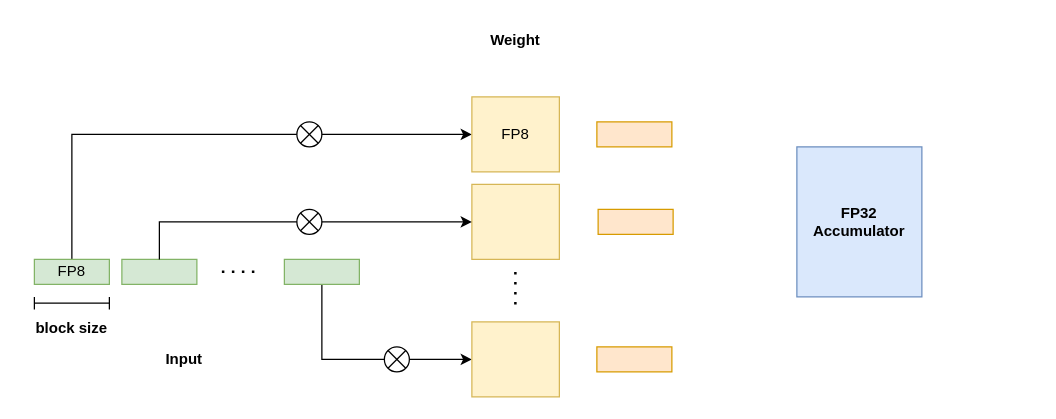
Before: assets/FP8gemm.drawio in ShizhongP/dl-notes, a draw.io diagram. Source tidied: cells renumbered, new cells numbered last; positions are measured from the earlier drawing's top-left corner, leaving out a move shared by most shapes. Both pictures are drawn from the tidied source at 125%, with x=0, y=0 at pixel (21, 21).
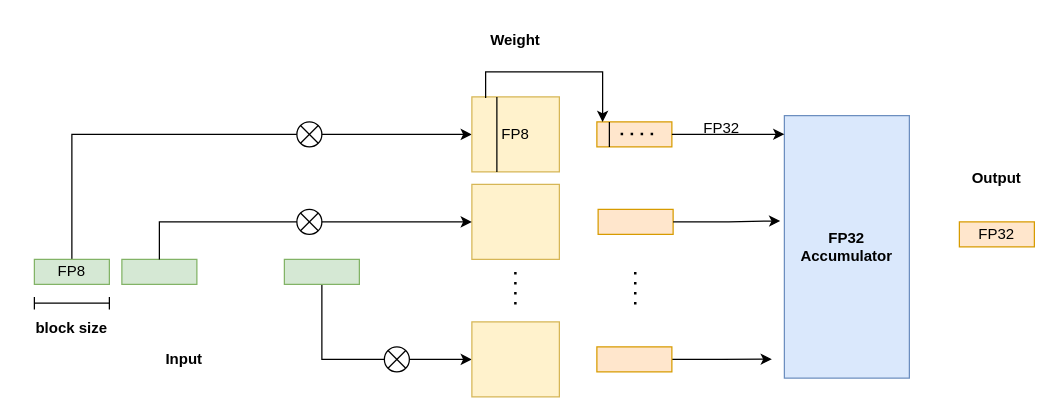
Above is the later version.

Unchanged cells that the change refers to:
```xml
<mxCell id="17" style="rounded=0;whiteSpace=wrap;html=1;fillColor=#ffe6cc;strokeColor=#d79b00;" parent="1" vertex="1">
  <mxGeometry x="460" y="80" width="60" height="20" as="geometry" />
</mxCell>
<mxCell id="19" style="rounded=0;whiteSpace=wrap;html=1;fillColor=#ffe6cc;strokeColor=#d79b00;" parent="1" vertex="1">
  <mxGeometry x="461" y="150" width="60" height="20" as="geometry" />
</mxCell>
<mxCell id="20" style="rounded=0;whiteSpace=wrap;html=1;fillColor=#ffe6cc;strokeColor=#d79b00;" parent="1" vertex="1">
  <mxGeometry x="460" y="260" width="60" height="20" as="geometry" />
</mxCell>
```

The edit, as a diff of the source:
```diff
@@
-    <mxCell id="8" style="endArrow=none;dashed=1;html=1;dashPattern=1 3;strokeWidth=2;rounded=0;" parent="1" edge="1">
-      <mxGeometry relative="1" as="geometry">
-        <mxPoint x="160" y="199.8" as="sourcePoint" />
-        <mxPoint x="190" y="199.8" as="targetPoint" />
-      </mxGeometry>
-    </mxCell>
@@
+    <mxCell id="24" style="edgeStyle=orthogonalEdgeStyle;rounded=0;jettySize=auto;html=1;exitX=1;exitY=0.5;exitDx=0;exitDy=0;" parent="1" edge="1" source="20">
+      <mxGeometry relative="1" as="geometry">
+        <mxPoint x="600" y="269.8" as="targetPoint" />
+      </mxGeometry>
+    </mxCell>
@@
     <mxCell id="23" value="&lt;b&gt;FP32 Accumulator&lt;/b&gt;" style="rounded=0;whiteSpace=wrap;html=1;fillColor=#dae8fc;strokeColor=#6c8ebf;" parent="1" vertex="1">
-      <mxGeometry x="620" y="100" width="100" height="120" as="geometry" />
+      <mxGeometry x="610" y="75" width="100" height="210" as="geometry" />
     </mxCell>
+    <mxCell id="25" style="endArrow=none;html=1;rounded=0;" parent="1" edge="1">
+      <mxGeometry relative="1" as="geometry">
+        <mxPoint x="380" y="120" as="sourcePoint" />
+        <mxPoint x="380" y="60" as="targetPoint" />
+      </mxGeometry>
+    </mxCell>
+    <mxCell id="26" style="endArrow=none;html=1;rounded=0;" parent="1" edge="1">
+      <mxGeometry relative="1" as="geometry">
+        <mxPoint x="470" y="100" as="sourcePoint" />
+        <mxPoint x="470" y="80" as="targetPoint" />
+      </mxGeometry>
+    </mxCell>
+    <mxCell id="27" style="edgeStyle=orthogonalEdgeStyle;rounded=0;orthogonalLoop=1;jettySize=auto;html=1;exitX=0.129;exitY=0.015;exitDx=0;exitDy=0;entryX=0.044;entryY=0.003;entryDx=0;entryDy=0;entryPerimeter=0;exitPerimeter=0;" parent="1" edge="1">
+      <mxGeometry relative="1" as="geometry">
+        <mxPoint x="371" y="60.9" as="sourcePoint" />
+        <mxPoint x="464.6" y="80.1" as="targetPoint" />
+        <Array as="points">
+          <mxPoint x="371" y="40" />
+          <mxPoint x="465" y="40" />
+        </Array>
+      </mxGeometry>
+    </mxCell>
+    <mxCell id="28" style="endArrow=none;dashed=1;html=1;dashPattern=1 3;strokeWidth=2;rounded=0;" parent="1" edge="1">
+      <mxGeometry relative="1" as="geometry">
+        <mxPoint x="479" y="89.7" as="sourcePoint" />
+        <mxPoint x="509" y="89.7" as="targetPoint" />
+      </mxGeometry>
+    </mxCell>
+    <mxCell id="29" style="endArrow=classic;html=1;rounded=0;exitX=1;exitY=0.5;exitDx=0;exitDy=0;entryX=0;entryY=0.071;entryDx=0;entryDy=0;entryPerimeter=0;" parent="1" edge="1" source="17" target="23">
+      <mxGeometry relative="1" as="geometry" />
+    </mxCell>
+    <mxCell id="30" value="FP32" style="text;html=1;align=center;verticalAlign=middle;whiteSpace=wrap;rounded=0;" parent="1" vertex="1">
+      <mxGeometry x="530" y="70" width="60" height="30" as="geometry" />
+    </mxCell>
+    <mxCell id="31" value="FP32" style="rounded=0;whiteSpace=wrap;html=1;fillColor=#ffe6cc;strokeColor=#d79b00;" parent="1" vertex="1">
+      <mxGeometry x="750" y="160" width="60" height="20" as="geometry" />
+    </mxCell>
+    <mxCell id="32" style="edgeStyle=orthogonalEdgeStyle;rounded=0;jettySize=auto;html=1;exitX=1;exitY=0.5;exitDx=0;exitDy=0;entryX=-0.033;entryY=0.401;entryDx=0;entryDy=0;entryPerimeter=0;" parent="1" edge="1" source="19" target="23">
+      <mxGeometry relative="1" as="geometry" />
+    </mxCell>
+    <mxCell id="33" style="endArrow=none;dashed=1;html=1;dashPattern=1 3;strokeWidth=2;rounded=0;" parent="1" edge="1">
+      <mxGeometry relative="1" as="geometry">
+        <mxPoint x="490.7" y="200" as="sourcePoint" />
+        <mxPoint x="490.7" y="230" as="targetPoint" />
+      </mxGeometry>
+    </mxCell>
+    <mxCell id="34" value="&lt;b&gt;Output&lt;/b&gt;" style="text;html=1;align=center;verticalAlign=middle;whiteSpace=wrap;rounded=0;" parent="1" vertex="1">
+      <mxGeometry x="750" y="110" width="60" height="30" as="geometry" />
+    </mxCell>
```
